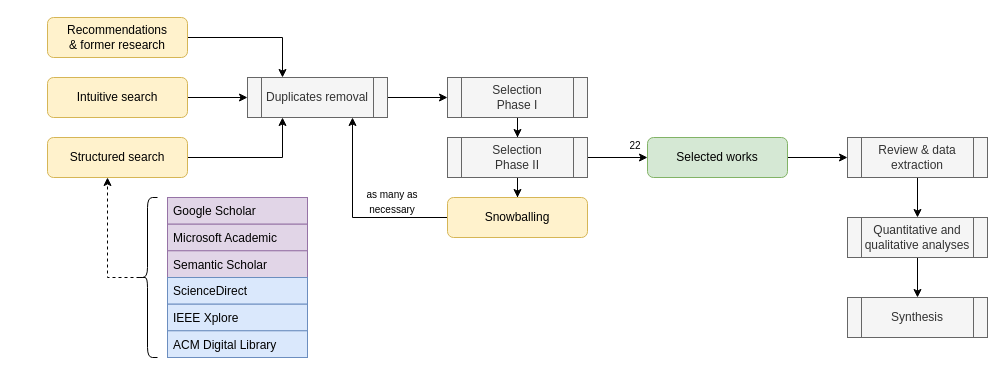
Before: page "[SotA] Methodo 1 (1/2)" (6 of 8) of thesis.drawio in leolavaur/thesis, a draw.io diagram. Source tidied: cells renumbered, new cells numbered last; positions are measured from the earlier drawing's top-left corner, leaving out a move shared by most shapes. Both pictures are drawn from the tidied source at 100%, with x=0, y=0 at pixel (47, 17).
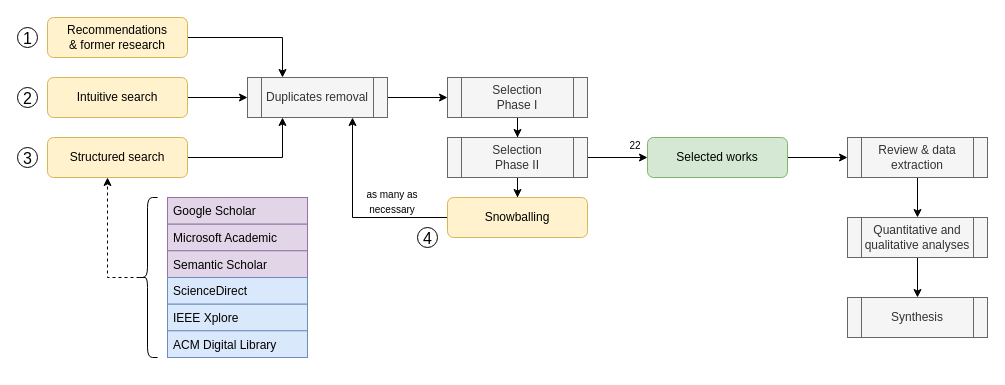
The same diagram, later.

Diff of the diagram source:
```diff
@@
+    <mxCell id="36" value="1" style="ellipse;whiteSpace=wrap;html=1;fontSize=16;verticalAlign=middle;spacingTop=1;spacingLeft=1;" parent="1" vertex="1">
+      <mxGeometry x="-30" y="10" width="20" height="20" as="geometry" />
+    </mxCell>
+    <mxCell id="37" value="2" style="ellipse;whiteSpace=wrap;html=1;fontSize=16;verticalAlign=middle;spacingTop=1;spacingLeft=1;" parent="1" vertex="1">
+      <mxGeometry x="-30" y="70" width="20" height="20" as="geometry" />
+    </mxCell>
+    <mxCell id="38" value="3" style="ellipse;whiteSpace=wrap;html=1;fontSize=16;verticalAlign=middle;spacingTop=1;spacingLeft=1;" parent="1" vertex="1">
+      <mxGeometry x="-30" y="130" width="20" height="20" as="geometry" />
+    </mxCell>
+    <mxCell id="39" value="4" style="ellipse;whiteSpace=wrap;html=1;fontSize=16;verticalAlign=middle;spacingTop=1;spacingLeft=1;" parent="1" vertex="1">
+      <mxGeometry x="370" y="210" width="20" height="20" as="geometry" />
+    </mxCell>
```
